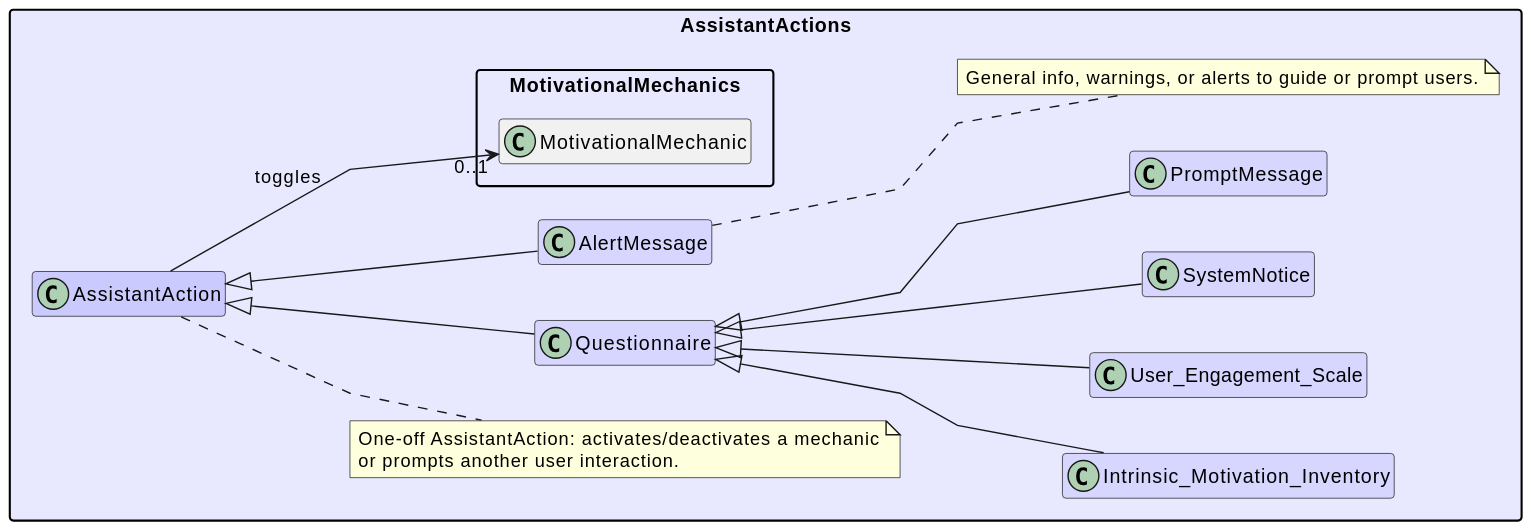
This is out/UML/assistantActions/assistantActions.svg from Maks-stack/ontology, a PlantUML export, as it was before one commit.
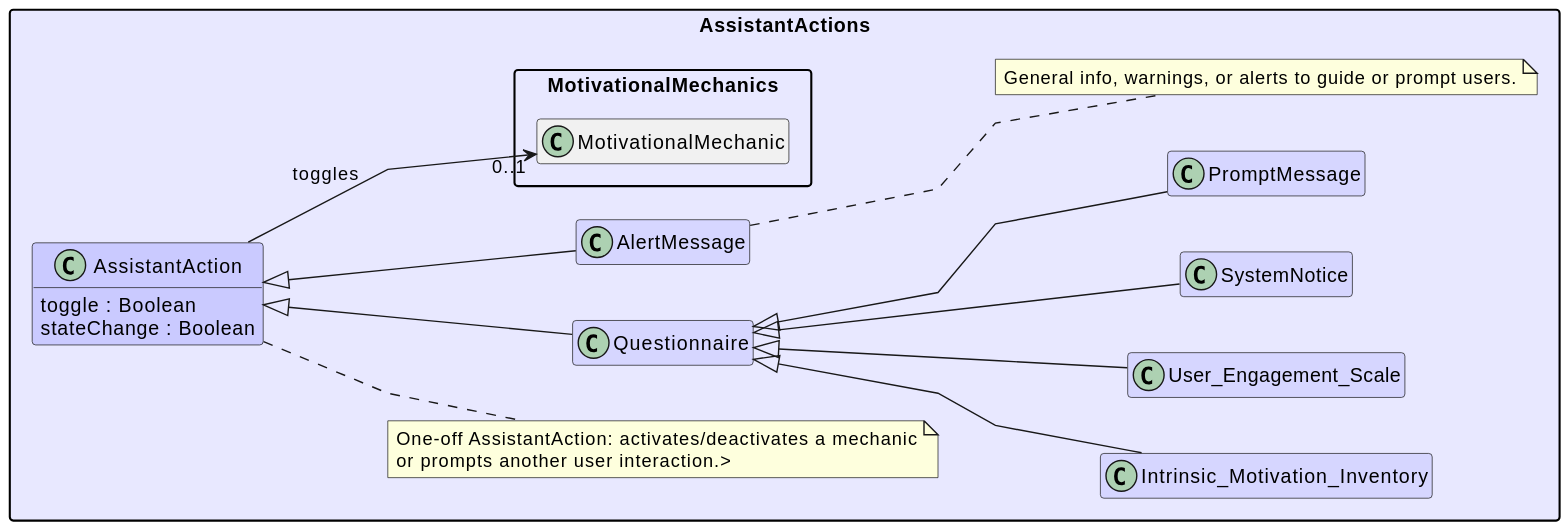
The same file after the commit.

The edit, as a diff of the source:
```diff
@@ -9,10 +9,13 @@
 skinparam packageStyle rectangle
 
 package AssistantActions #e8e8ff {
-  class AssistantAction #cacaff
+  class AssistantAction #cacaff {
+    toggle : Boolean
+    stateChange : Boolean
+  }
   note right of AssistantAction
     One-off AssistantAction: activates/deactivates a mechanic
-    or prompts another user interaction.
+    or prompts another user interaction.>
   end note
 
   class Questionnaire #d6d6ff extends AssistantAction
@@ -25,7 +28,10 @@
   class User_Engagement_Scale #d6d6ff extends Questionnaire
   class SystemNotice #d6d6ff extends Questionnaire
   class PromptMessage #d6d6ff extends Questionnaire
+  !if ($renderMode == "master")
 
+  !else
   AssistantActions.AssistantAction --> "0..1" MotivationalMechanics.MotivationalMechanic : toggles
+  !endif
 }
 @enduml
```
